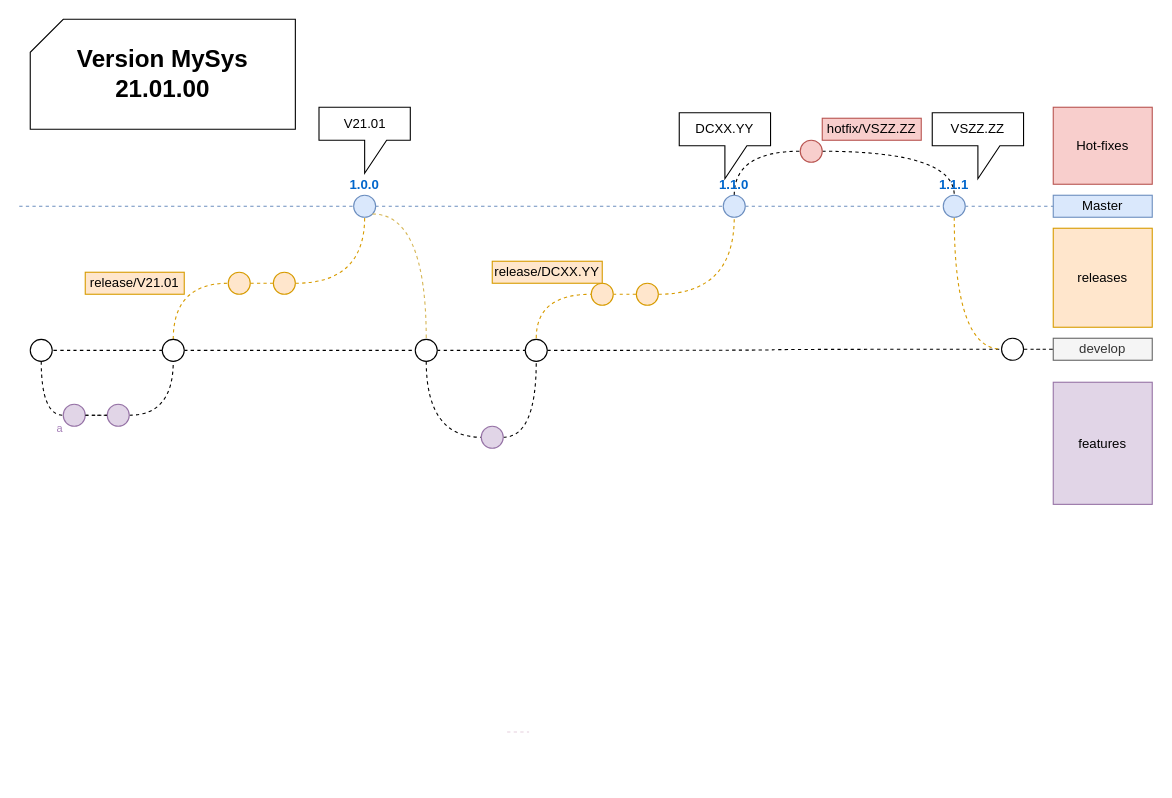
The draw.io diagram page "V21.01" (1 of 3) of Untitled Diagram.drawio in salmen/gitflowdiagram, before the edit. Source tidied: cells renumbered, new cells numbered last; positions are measured from the earlier drawing's top-left corner, leaving out a move shared by most shapes. Both pictures are drawn from the tidied source at 110%, with x=0, y=0 at pixel (19, 19).
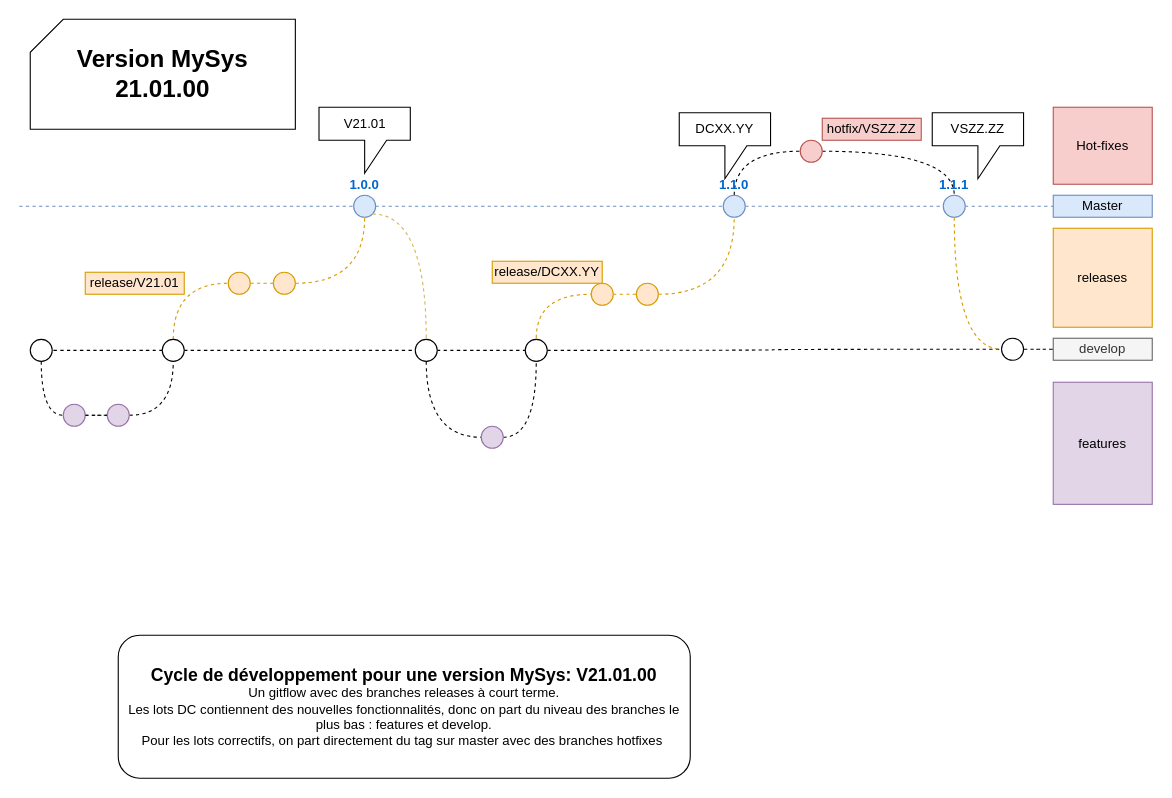
Above is the later version.

The edit, as a diff of the source:
```diff
@@
-    <mxCell id="11" value="&lt;div style=&quot;text-align: justify&quot;&gt;&lt;span&gt;a&lt;/span&gt;&lt;/div&gt;" style="ellipse;whiteSpace=wrap;html=1;fontSize=10;fillColor=#e1d5e7;strokeColor=#9673a6;verticalAlign=top;labelPosition=left;verticalLabelPosition=bottom;align=right;horizontal=1;fontColor=#A680B8;spacing=0;spacingBottom=2;spacingLeft=0;spacingTop=-8;" parent="1" vertex="1">
+    <mxCell id="11" value="&lt;div style=&quot;text-align: justify&quot;&gt;&lt;br&gt;&lt;/div&gt;" style="ellipse;whiteSpace=wrap;html=1;fontSize=10;fillColor=#e1d5e7;strokeColor=#9673a6;verticalAlign=top;labelPosition=left;verticalLabelPosition=bottom;align=right;horizontal=1;fontColor=#A680B8;spacing=0;spacingBottom=2;spacingLeft=0;spacingTop=-8;" parent="1" vertex="1">
       <mxGeometry x="40" y="350" width="20" height="20" as="geometry" />
     </mxCell>
@@
+    <mxCell id="59" value="&lt;b&gt;&lt;font style=&quot;font-size: 16px&quot;&gt;Cycle de développement pour une version MySys: V21.01.00&lt;/font&gt;&lt;/b&gt;&lt;br&gt;Un gitflow avec des branches releases à court terme.&lt;br&gt;Les lots DC contiennent des nouvelles fonctionnalités, donc on part du niveau des branches le plus bas : features et develop.&lt;br&gt;Pour les lots correctifs, on part directement du tag sur master avec des branches hotfixes&amp;nbsp;" style="rounded=1;whiteSpace=wrap;html=1;" parent="1" vertex="1">
+      <mxGeometry x="90" y="560" width="520" height="130" as="geometry" />
+    </mxCell>
```
